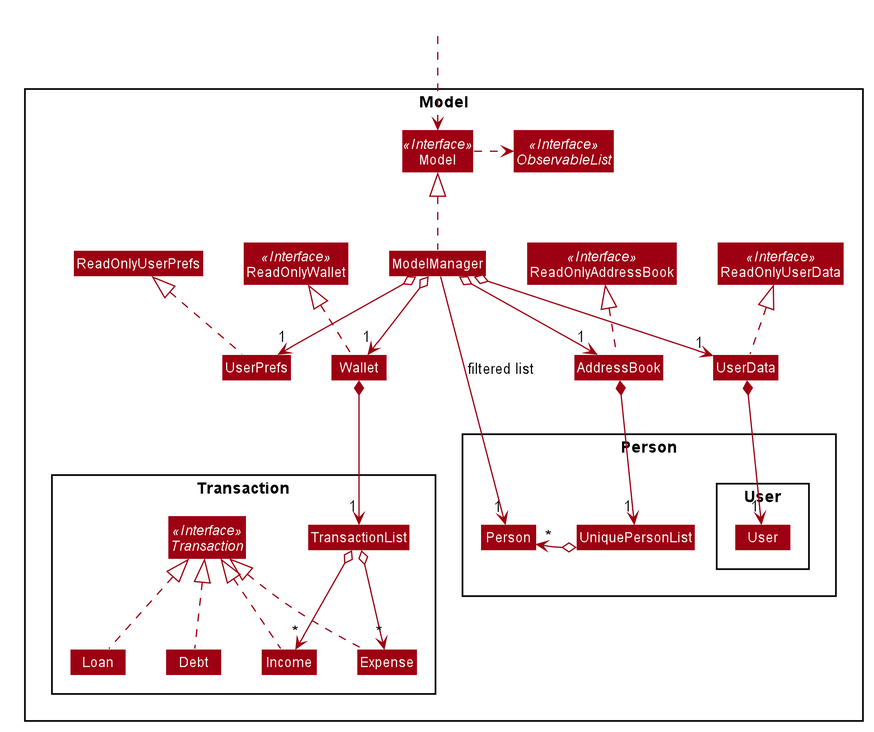
Above: docs/images/ModelClassDiagram.png in syinyichen/main (PlantUML), before the change.
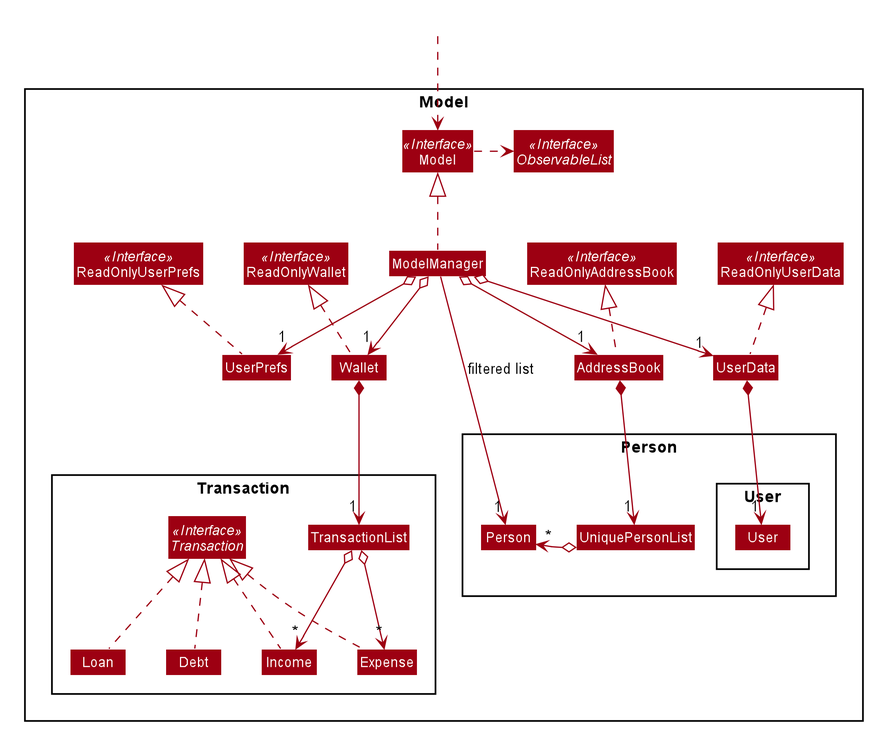
After the change.

Commit message:
Correct model diagram

Diff of the diagram source:
```diff
@@ -55,6 +55,7 @@
 Interface ReadOnlyAddressBook <<Interface>>
 Interface ReadOnlyWallet <<Interface>>
 Interface ReadOnlyUserData <<Interface>>
+Interface ReadOnlyUserPrefs <<Interface>>
 Interface Model <<Interface>>
 Interface ObservableList <<Interface>>
 Class AddressBook
```
